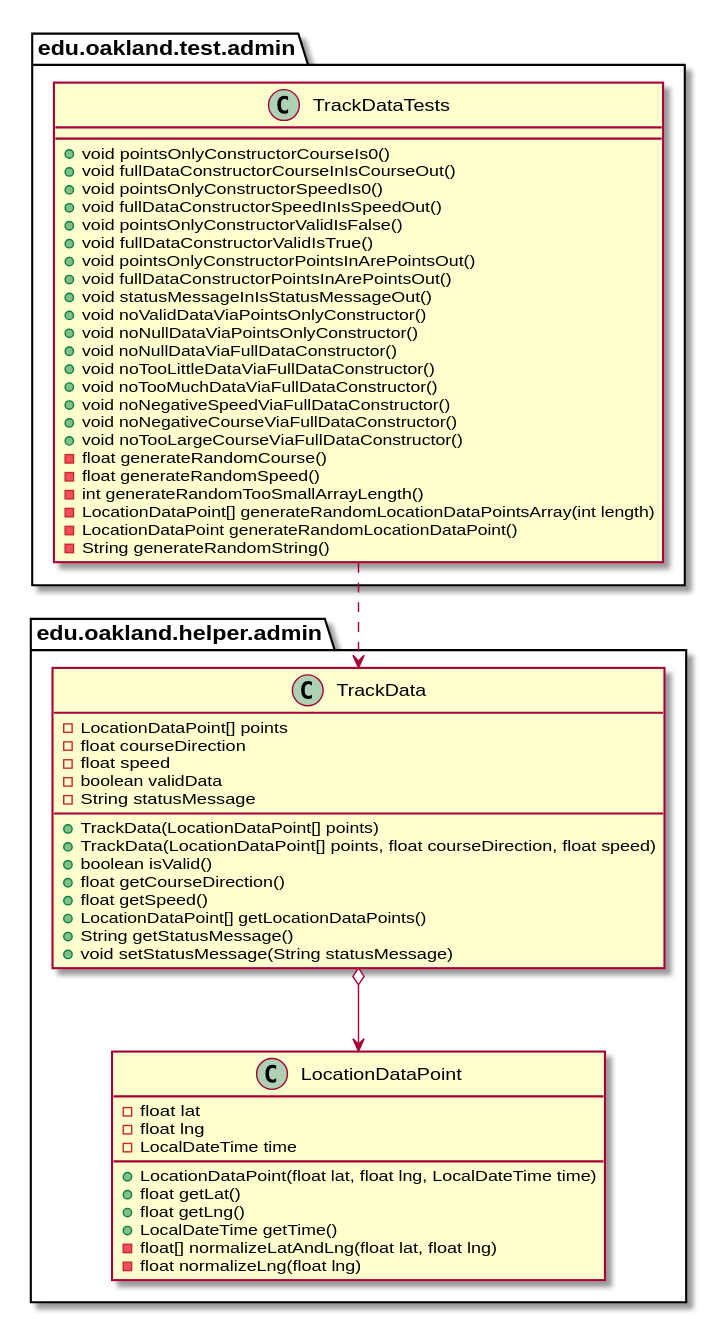
This is docs/uml-class-diagrams/admin/test/TrackDataTests/TrackDataTests_Closure.svg from andrewdimmer/csi-3370-software-project, a PlantUML export, as it was before one commit.
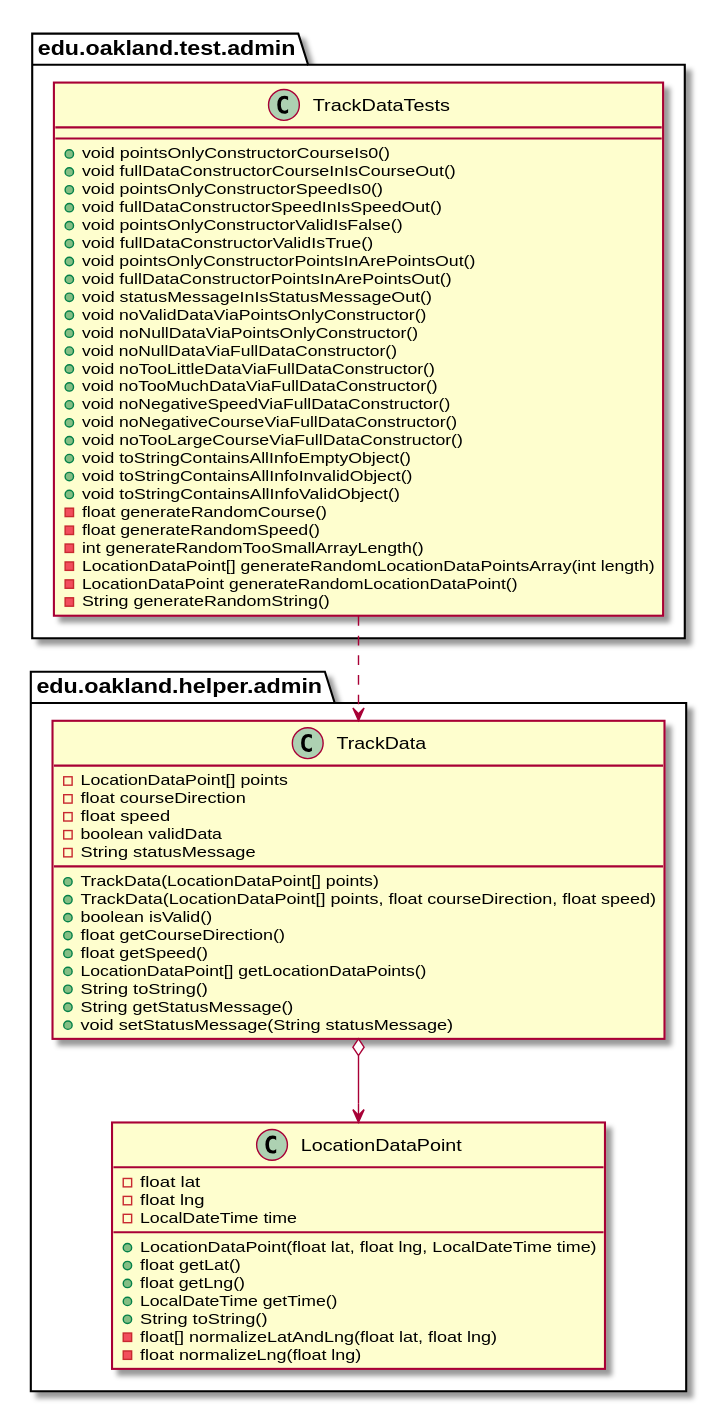
After the change.

What changed in the source:
```diff
@@ -20,6 +20,9 @@
         + void noNegativeSpeedViaFullDataConstructor()
         + void noNegativeCourseViaFullDataConstructor()
         + void noTooLargeCourseViaFullDataConstructor()
+        + void toStringContainsAllInfoEmptyObject()
+        + void toStringContainsAllInfoInvalidObject()
+        + void toStringContainsAllInfoValidObject()
         - float generateRandomCourse()
         - float generateRandomSpeed()
         - int generateRandomTooSmallArrayLength()
@@ -45,6 +48,7 @@
         + float getCourseDirection()
         + float getSpeed()
         + LocationDataPoint[] getLocationDataPoints()
+        + String toString()
         + String getStatusMessage()
         + void setStatusMessage(String statusMessage)
     }
@@ -62,6 +66,7 @@
         + float getLat()
         + float getLng()
         + LocalDateTime getTime()
+        + String toString()
         - float[] normalizeLatAndLng(float lat, float lng)
         - float normalizeLng(float lng)
     }
```
